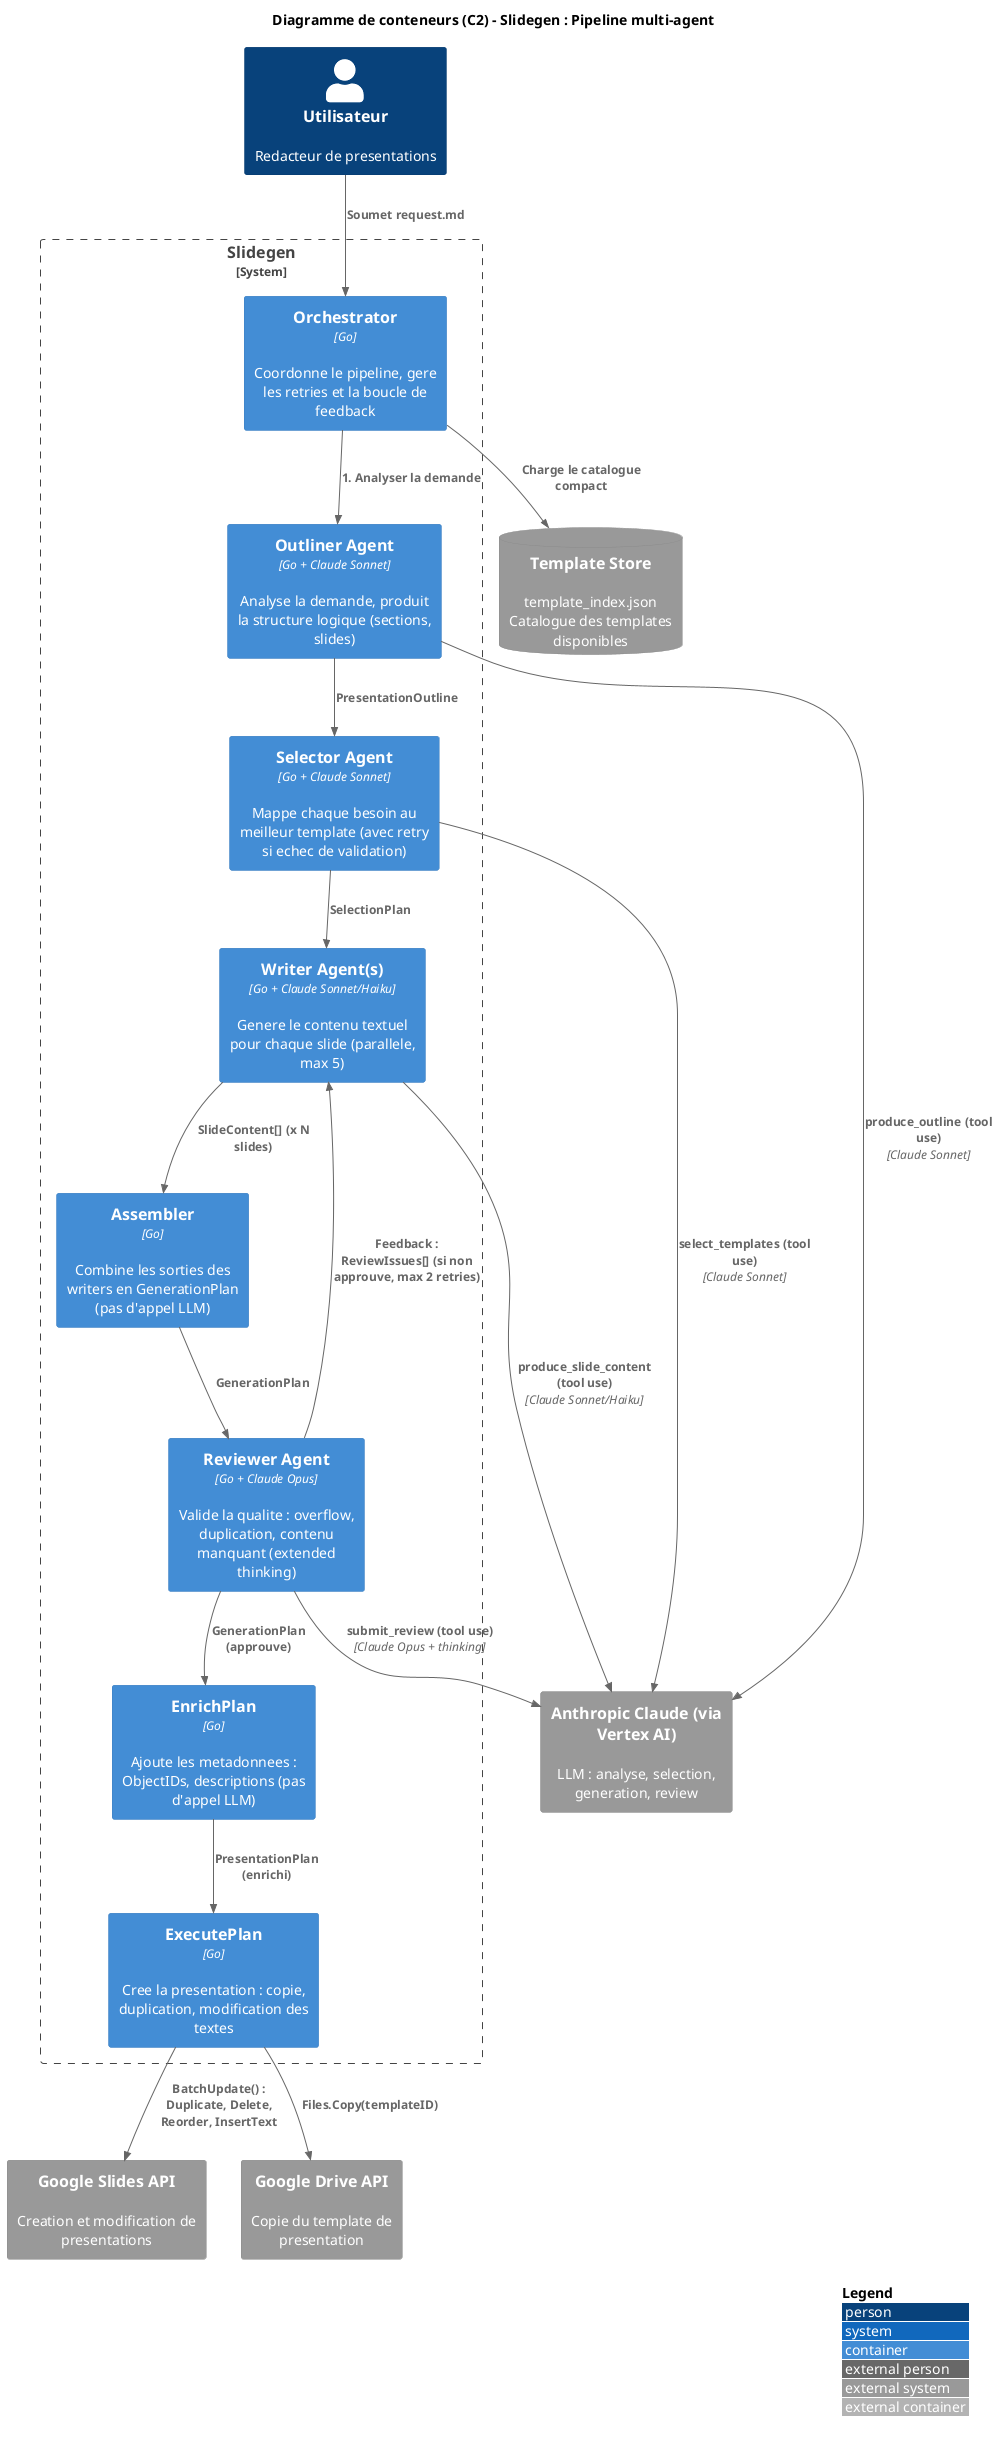
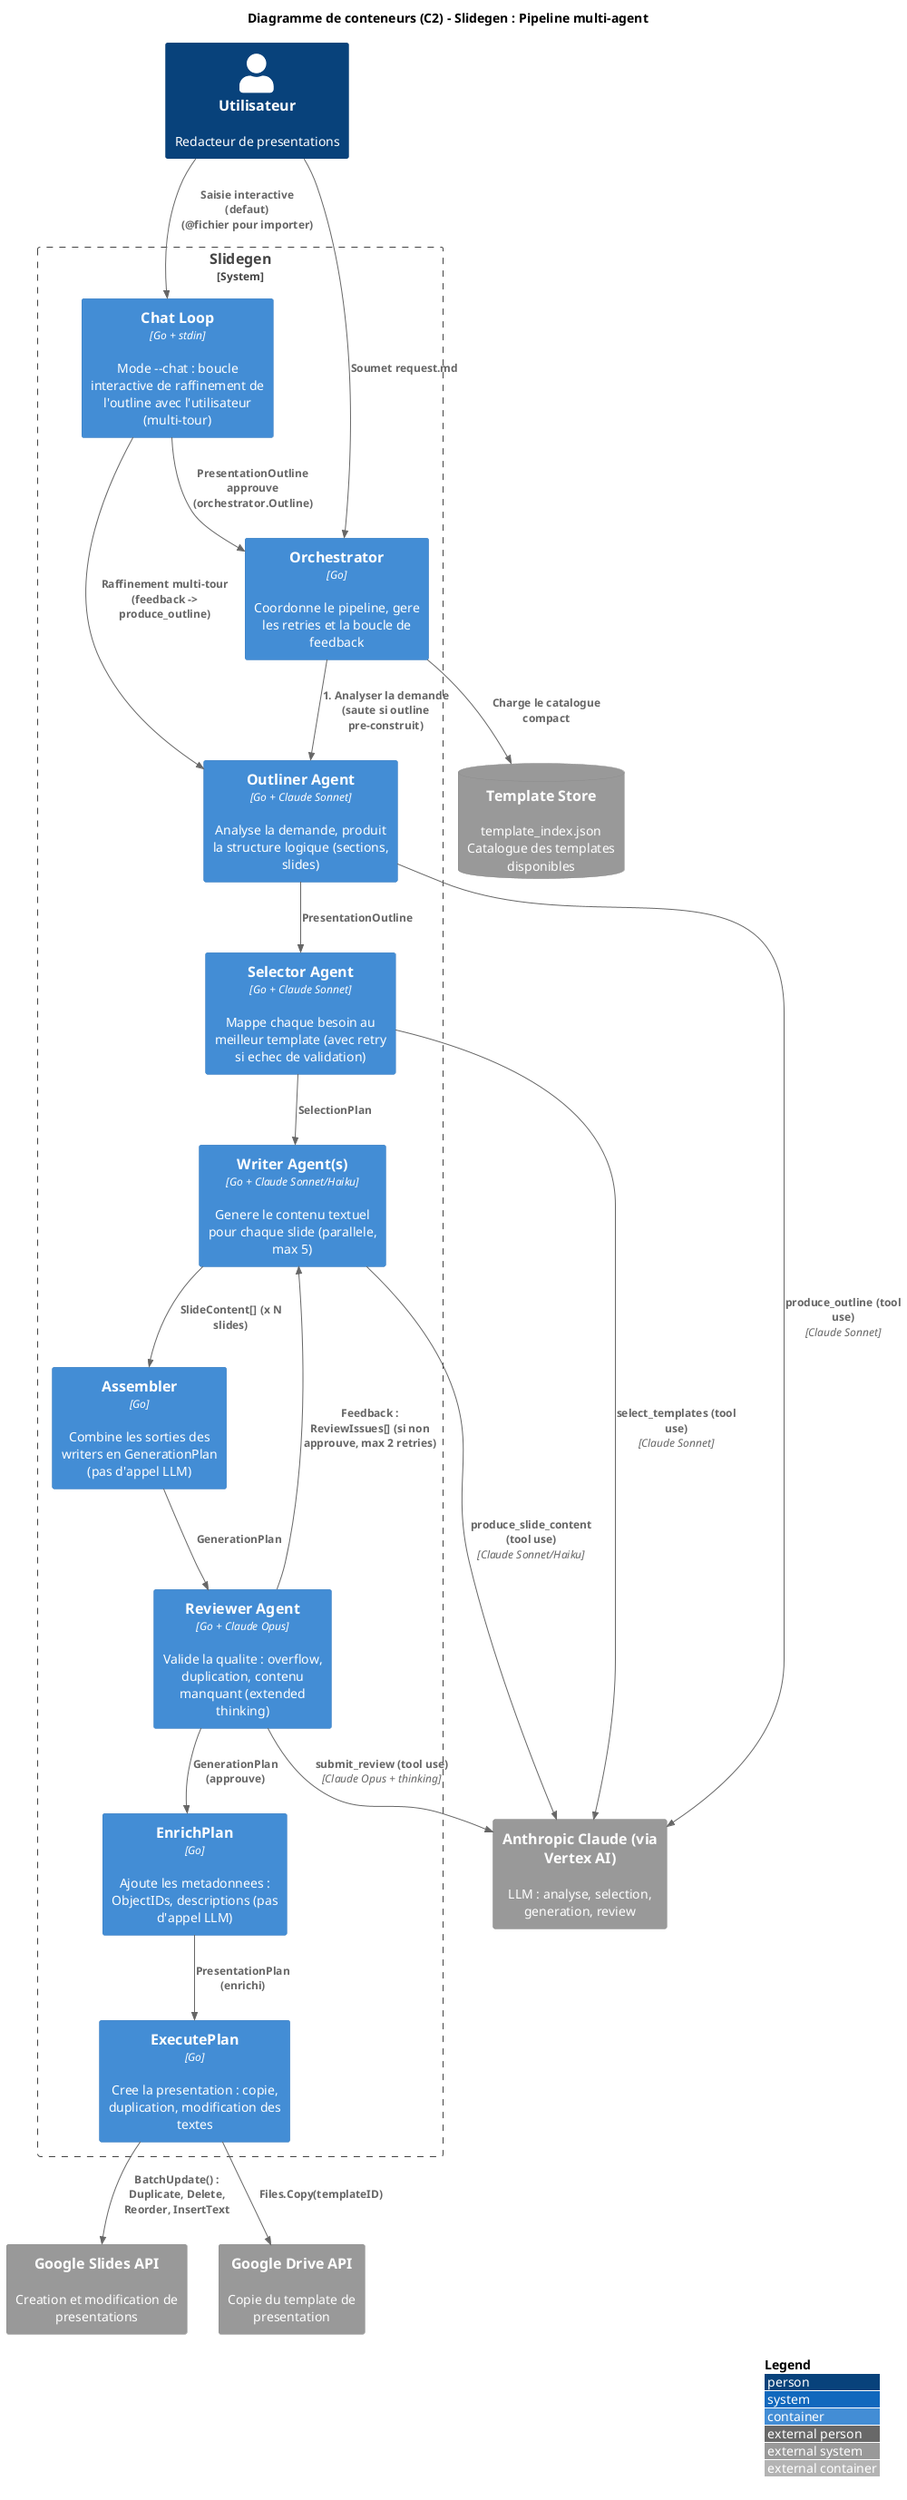
@startuml c2-slidegen
!include <C4/C4_Container>

LAYOUT_WITH_LEGEND()

title Diagramme de conteneurs (C2) - Slidegen : Pipeline multi-agent

Person(user, "Utilisateur", "Redacteur de presentations")

System_Ext(vertexai, "Anthropic Claude (via Vertex AI)", "LLM : analyse, selection, generation, review")
System_Ext(slidesapi, "Google Slides API", "Creation et modification de presentations")
System_Ext(driveapi, "Google Drive API", "Copie du template de presentation")

SystemDb_Ext(store, "Template Store", "template_index.json\nCatalogue des templates disponibles")

System_Boundary(slidegen, "Slidegen") {
+ 
+     Container(chatloop, "Chat Loop", "Go + stdin", "Mode --chat : boucle interactive de raffinement de l'outline avec l'utilisateur (multi-tour)")

    Container(orch, "Orchestrator", "Go", "Coordonne le pipeline, gere les retries et la boucle de feedback")

    Container(outliner, "Outliner Agent", "Go + Claude Sonnet", "Analyse la demande, produit la structure logique (sections, slides)")

    Container(selector, "Selector Agent", "Go + Claude Sonnet", "Mappe chaque besoin au meilleur template (avec retry si echec de validation)")

    Container(writer, "Writer Agent(s)", "Go + Claude Sonnet/Haiku", "Genere le contenu textuel pour chaque slide (parallele, max 5)")

    Container(assembler, "Assembler", "Go", "Combine les sorties des writers en GenerationPlan (pas d'appel LLM)")

    Container(reviewer, "Reviewer Agent", "Go + Claude Opus", "Valide la qualite : overflow, duplication, contenu manquant (extended thinking)")

    Container(enrich, "EnrichPlan", "Go", "Ajoute les metadonnees : ObjectIDs, descriptions (pas d'appel LLM)")

    Container(execute, "ExecutePlan", "Go", "Cree la presentation : copie, duplication, modification des textes")
}

Rel(user, orch, "Soumet request.md")
+ Rel(user, chatloop, "Saisie interactive (defaut)\n(@fichier pour importer)")
+ Rel(chatloop, outliner, "Raffinement multi-tour\n(feedback -> produce_outline)")
+ Rel(chatloop, orch, "PresentationOutline approuve\n(orchestrator.Outline)")
Rel(orch, store, "Charge le catalogue compact")

- Rel(orch, outliner, "1. Analyser la demande")
+ Rel(orch, outliner, "1. Analyser la demande\n(saute si outline pre-construit)")
Rel(outliner, selector, "PresentationOutline")
Rel(selector, writer, "SelectionPlan")
Rel(writer, assembler, "SlideContent[] (x N slides)")
Rel(assembler, reviewer, "GenerationPlan")

Rel_Back(writer, reviewer, "Feedback : ReviewIssues[] (si non approuve, max 2 retries)")

Rel(reviewer, enrich, "GenerationPlan (approuve)")
Rel(enrich, execute, "PresentationPlan (enrichi)")

Rel(outliner, vertexai, "produce_outline (tool use)", "Claude Sonnet")
Rel(selector, vertexai, "select_templates (tool use)", "Claude Sonnet")
Rel(writer, vertexai, "produce_slide_content (tool use)", "Claude Sonnet/Haiku")
Rel(reviewer, vertexai, "submit_review (tool use)", "Claude Opus + thinking")

Rel(execute, driveapi, "Files.Copy(templateID)")
Rel(execute, slidesapi, "BatchUpdate() : Duplicate, Delete, Reorder, InsertText")

@enduml
